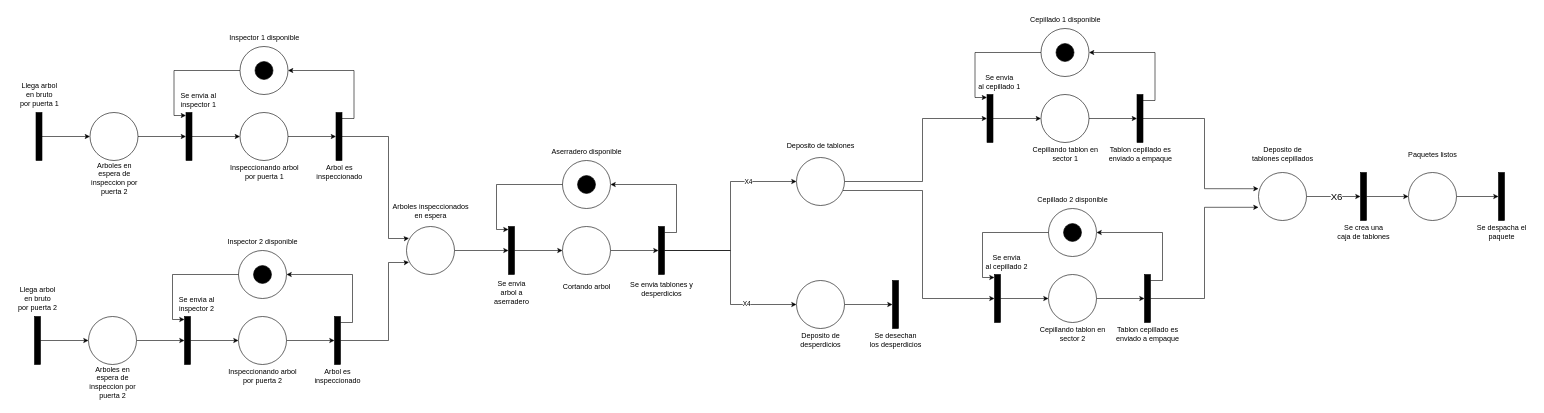
This is RP /Ejercicio_13.drawio from imnotsetro/IDS-1, a draw.io file, before an edit. Source tidied: cells renumbered, new cells numbered last; positions are measured from the earlier drawing's top-left corner, leaving out a move shared by most shapes. Both pictures are drawn from the tidied source at 60%, with x=0, y=0 at pixel (10, 10).
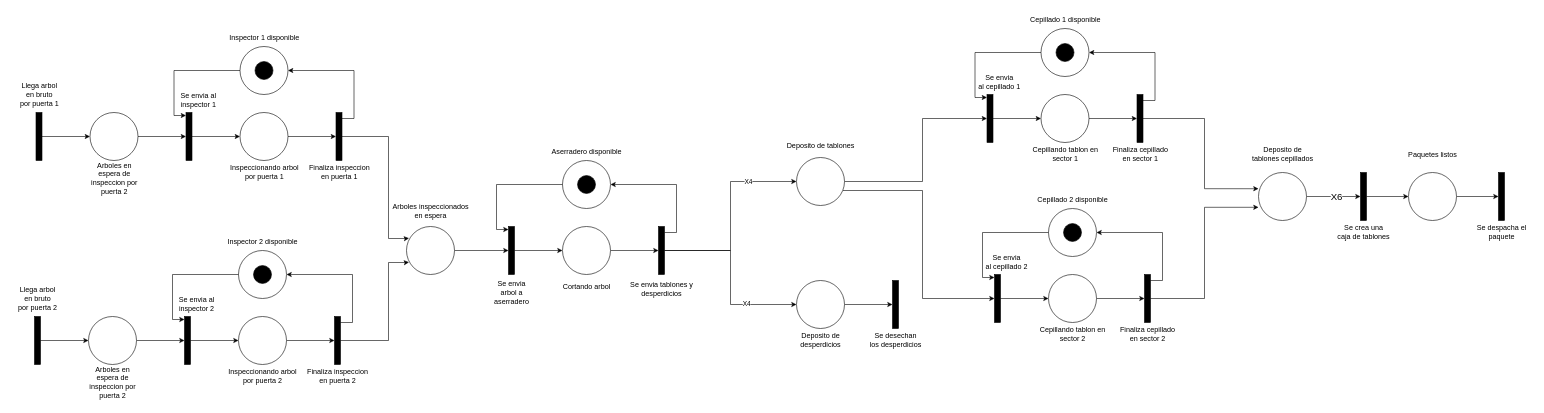
The same page after the edit.

What changed in the source:
```diff
@@
-    <mxCell id="20" value="&lt;div&gt;Arbol es&lt;/div&gt;&lt;div&gt;inspeccionado&lt;/div&gt;" style="text;html=1;align=center;verticalAlign=middle;strokeColor=none;fillColor=none;" parent="1" vertex="1">
-      <mxGeometry x="497.5" y="250" width="100" height="40" as="geometry" />
+    <mxCell id="20" value="&lt;div&gt;Finaliza inspeccion&lt;/div&gt;&lt;div&gt;en puerta 1&lt;br&gt;&lt;/div&gt;" style="text;html=1;align=center;verticalAlign=middle;strokeColor=none;fillColor=none;" parent="1" vertex="1">
+      <mxGeometry x="482.5" y="250" width="130" height="40" as="geometry" />
     </mxCell>
@@
-    <mxCell id="40" value="&lt;div&gt;Arbol es&lt;/div&gt;&lt;div&gt;inspeccionado&lt;/div&gt;" style="text;html=1;align=center;verticalAlign=middle;strokeColor=none;fillColor=none;" parent="1" vertex="1">
-      <mxGeometry x="495" y="590" width="100" height="40" as="geometry" />
+    <mxCell id="40" value="&lt;div&gt;Finaliza inspeccion&lt;/div&gt;&lt;div&gt;en puerta 2&lt;br&gt;&lt;/div&gt;" style="text;html=1;align=center;verticalAlign=middle;strokeColor=none;fillColor=none;" parent="1" vertex="1">
+      <mxGeometry x="480" y="590" width="130" height="40" as="geometry" />
     </mxCell>
@@
-    <mxCell id="81" value="&lt;div&gt;Tablon cepillado es&lt;/div&gt;&lt;div&gt;enviado a empaque&lt;br&gt;&lt;/div&gt;" style="text;html=1;align=center;verticalAlign=middle;strokeColor=none;fillColor=none;" parent="1" vertex="1">
-      <mxGeometry x="1817.5" y="220" width="130" height="40" as="geometry" />
+    <mxCell id="81" value="&lt;div&gt;Finaliza cepillado&lt;/div&gt;&lt;div&gt;en sector 1&lt;br&gt;&lt;/div&gt;" style="text;html=1;align=center;verticalAlign=middle;strokeColor=none;fillColor=none;" parent="1" vertex="1">
+      <mxGeometry x="1822.5" y="220" width="120" height="40" as="geometry" />
     </mxCell>
@@
-    <mxCell id="96" value="&lt;div&gt;Tablon cepillado es&lt;/div&gt;&lt;div&gt;enviado a empaque&lt;br&gt;&lt;/div&gt;" style="text;html=1;align=center;verticalAlign=middle;strokeColor=none;fillColor=none;" parent="1" vertex="1">
-      <mxGeometry x="1830" y="520" width="130" height="40" as="geometry" />
+    <mxCell id="96" value="&lt;div&gt;Finaliza cepillado&lt;/div&gt;&lt;div&gt;en sector 2&lt;br&gt;&lt;/div&gt;" style="text;html=1;align=center;verticalAlign=middle;strokeColor=none;fillColor=none;" parent="1" vertex="1">
+      <mxGeometry x="1835" y="520" width="120" height="40" as="geometry" />
     </mxCell>
```
